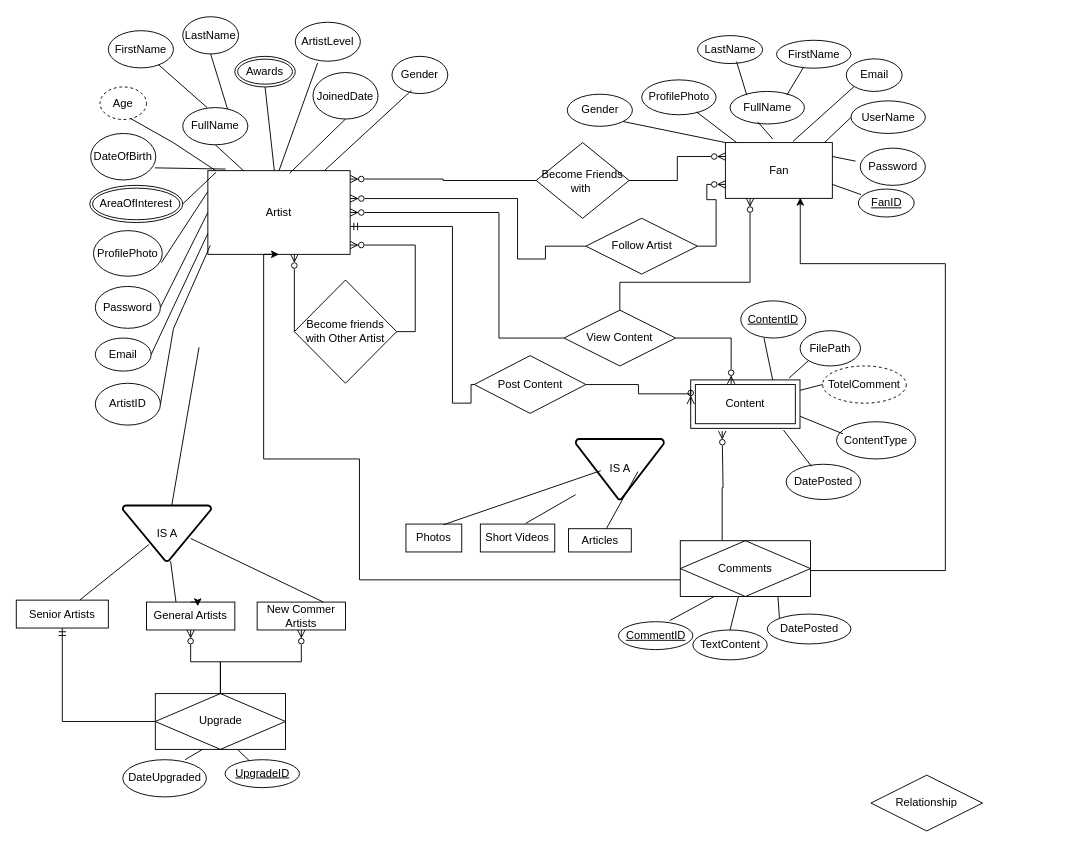
This is Untitled Diagram.drawio from deleshan/puthurep, a draw.io file, before an edit. Source tidied: cells renumbered, new cells numbered last; positions are measured from the earlier drawing's top-left corner, leaving out a move shared by most shapes. Both pictures are drawn from the tidied source at 93%, with x=0, y=0 at pixel (16, 16).
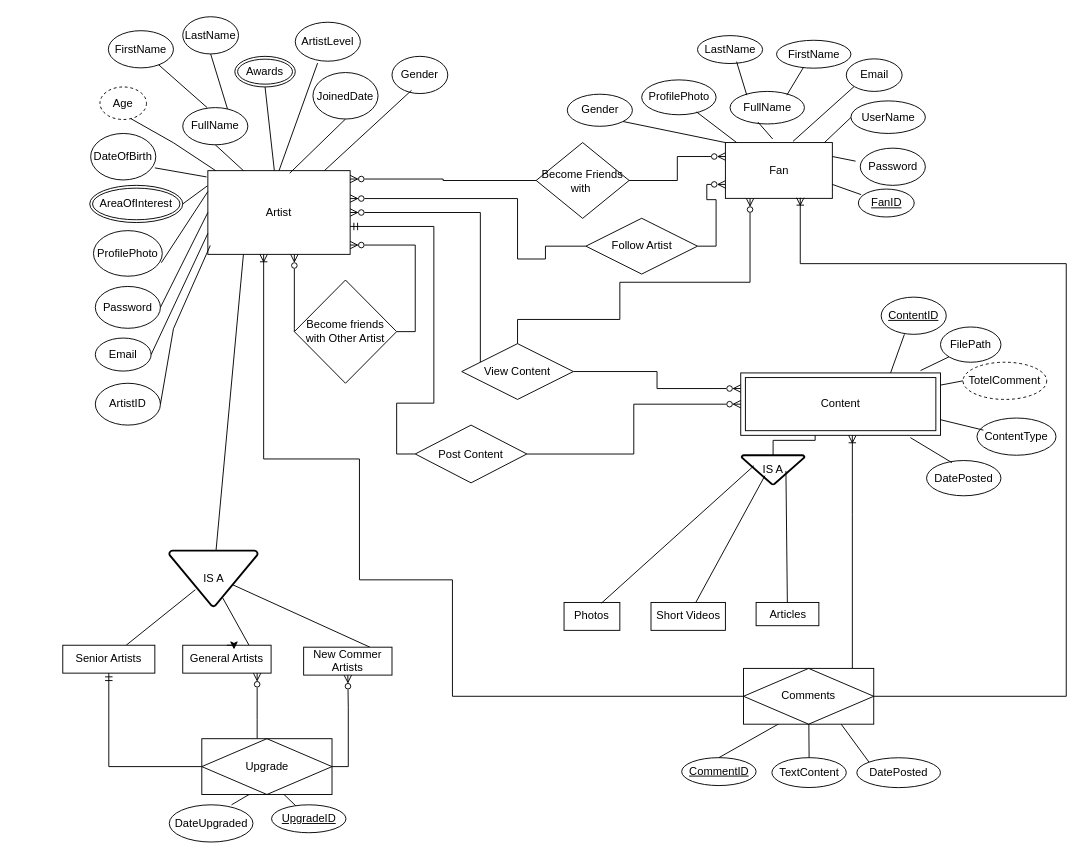
Above is the later version.

Unchanged cells that the change refers to:
```xml
<mxCell id="2" value="Artist" style="rounded=0;whiteSpace=wrap;html=1;" parent="1" vertex="1">
  <mxGeometry x="206" y="166" width="153" height="90" as="geometry" />
</mxCell>
<mxCell id="3" value="Fan" style="rounded=0;whiteSpace=wrap;html=1;" parent="1" vertex="1">
  <mxGeometry x="762.5" y="135.8" width="115" height="60" as="geometry" />
</mxCell>
<mxCell id="8" value="DateOfBirth" style="ellipse;whiteSpace=wrap;html=1;" parent="1" vertex="1">
  <mxGeometry x="80" y="126" width="70" height="50" as="geometry" />
</mxCell>
<mxCell id="31" value="AreaOfInterest" style="ellipse;shape=doubleEllipse;margin=3;whiteSpace=wrap;html=1;align=center;" parent="1" vertex="1">
  <mxGeometry x="79" y="181.8" width="100" height="40" as="geometry" />
</mxCell>
```

Diff of the diagram source:
```diff
@@
-    <mxCell id="13" style="endArrow=none;html=1;rounded=0;entryX=1;entryY=0.5;entryDx=0;entryDy=0;exitX=0.058;exitY=0.019;exitDx=0;exitDy=0;exitPerimeter=0;" parent="1" edge="1" source="2" target="31">
+    <mxCell id="13" style="endArrow=none;html=1;rounded=0;entryX=1;entryY=0.5;entryDx=0;entryDy=0;exitX=-0.003;exitY=0.181;exitDx=0;exitDy=0;exitPerimeter=0;" parent="1" edge="1" source="2" target="31">
       <mxGeometry relative="1" as="geometry" />
     </mxCell>
@@
-    <mxCell id="17" style="endArrow=none;html=1;rounded=0;exitX=0.125;exitY=-0.019;exitDx=0;exitDy=0;entryX=0.986;entryY=0.74;entryDx=0;entryDy=0;entryPerimeter=0;exitPerimeter=0;" parent="1" edge="1" source="2" target="8">
+    <mxCell id="17" style="endArrow=none;html=1;rounded=0;entryX=0.986;entryY=0.74;entryDx=0;entryDy=0;entryPerimeter=0;exitX=-0.009;exitY=0.075;exitDx=0;exitDy=0;exitPerimeter=0;" parent="1" edge="1" source="2" target="8">
       <mxGeometry relative="1" as="geometry" />
     </mxCell>
@@
     <mxCell id="50" value="Content" style="shape=ext;margin=3;double=1;whiteSpace=wrap;html=1;align=center;" parent="1" vertex="1">
-      <mxGeometry x="725.2" y="391" width="117.5" height="52.1" as="geometry" />
+      <mxGeometry x="779" y="383.5" width="214.8" height="67.1" as="geometry" />
     </mxCell>
     <mxCell id="51" value="ContentID" style="ellipse;whiteSpace=wrap;html=1;align=center;fontStyle=4;" parent="1" vertex="1">
-      <mxGeometry x="779" y="306" width="70" height="40" as="geometry" />
+      <mxGeometry x="930" y="302" width="70" height="40" as="geometry" />
     </mxCell>
     <mxCell id="52" value="TotelComment" style="ellipse;whiteSpace=wrap;html=1;align=center;dashed=1;" parent="1" vertex="1">
-      <mxGeometry x="867" y="376" width="90" height="40" as="geometry" />
+      <mxGeometry x="1018" y="372" width="90" height="40" as="geometry" />
     </mxCell>
     <mxCell id="53" value="DatePosted" style="ellipse;whiteSpace=wrap;html=1;align=center;" parent="1" vertex="1">
-      <mxGeometry x="827.8" y="481.7" width="80" height="37.9" as="geometry" />
+      <mxGeometry x="978.8" y="477.7" width="80" height="37.9" as="geometry" />
     </mxCell>
     <mxCell id="54" value="ContentType" style="ellipse;whiteSpace=wrap;html=1;align=center;" parent="1" vertex="1">
-      <mxGeometry x="882" y="436" width="85" height="40" as="geometry" />
+      <mxGeometry x="1033" y="432" width="85" height="40" as="geometry" />
     </mxCell>
     <mxCell id="55" value="FilePath" style="ellipse;whiteSpace=wrap;html=1;align=center;" parent="1" vertex="1">
-      <mxGeometry x="842.8" y="338.1" width="65" height="37.9" as="geometry" />
+      <mxGeometry x="993.8" y="334.1" width="65" height="37.9" as="geometry" />
     </mxCell>
@@
     <mxCell id="62" value="DatePosted" style="ellipse;whiteSpace=wrap;html=1;align=center;" parent="1" vertex="1">
-      <mxGeometry x="807.5" y="642.8" width="90" height="32.1" as="geometry" />
+      <mxGeometry x="903.8" y="797.3" width="90" height="32.1" as="geometry" />
     </mxCell>
     <mxCell id="63" value="TextContent" style="ellipse;whiteSpace=wrap;html=1;align=center;" parent="1" vertex="1">
-      <mxGeometry x="727.5" y="659.9" width="80" height="32.1" as="geometry" />
+      <mxGeometry x="812.5" y="797.2" width="80" height="32.1" as="geometry" />
     </mxCell>
     <mxCell id="64" value="CommentID" style="ellipse;whiteSpace=wrap;html=1;align=center;fontStyle=4;" parent="1" vertex="1">
-      <mxGeometry x="647.5" y="651" width="80" height="30" as="geometry" />
+      <mxGeometry x="715.5" y="797.2" width="80" height="30" as="geometry" />
     </mxCell>
-    <mxCell id="65" style="endArrow=none;html=1;rounded=0;exitX=0.875;exitY=0.202;exitDx=0;exitDy=0;exitPerimeter=0;entryX=0.393;entryY=0.833;entryDx=0;entryDy=0;entryPerimeter=0;" parent="1" edge="1" target="103">
-      <mxGeometry relative="1" as="geometry">
-        <mxPoint x="702.5" y="649.9" as="sourcePoint" />
-      </mxGeometry>
+    <mxCell id="65" style="endArrow=none;html=1;rounded=0;exitX=0.5;exitY=0;exitDx=0;exitDy=0;entryX=0.393;entryY=0.833;entryDx=0;entryDy=0;entryPerimeter=0;" parent="1" edge="1" source="64" target="103">
+      <mxGeometry relative="1" as="geometry" />
     </mxCell>
@@
     <mxCell id="68" value="UpgradeID" style="ellipse;whiteSpace=wrap;html=1;align=center;fontStyle=4;" parent="1" vertex="1">
-      <mxGeometry x="224.5" y="799.4" width="80" height="30" as="geometry" />
+      <mxGeometry x="274.5" y="847.9" width="80" height="30" as="geometry" />
     </mxCell>
     <mxCell id="69" value="DateUpgraded" style="ellipse;whiteSpace=wrap;html=1;align=center;" parent="1" vertex="1">
-      <mxGeometry x="114.5" y="799.4" width="90" height="40" as="geometry" />
+      <mxGeometry x="164.5" y="847.9" width="90" height="40" as="geometry" />
     </mxCell>
@@
     <mxCell id="72" style="edgeStyle=orthogonalEdgeStyle;rounded=0;jettySize=auto;html=1;exitX=0;exitY=0.5;exitDx=0;exitDy=0;endArrow=ERmandOne;endFill=0;" parent="1" edge="1" source="74" target="2">
       <mxGeometry relative="1" as="geometry">
         <Array as="points">
-          <mxPoint x="489" y="416" />
-          <mxPoint x="469" y="416" />
-          <mxPoint x="469" y="226" />
+          <mxPoint x="409" y="471" />
+          <mxPoint x="409" y="416" />
+          <mxPoint x="449" y="416" />
+          <mxPoint x="449" y="226" />
         </Array>
       </mxGeometry>
     </mxCell>
-    <mxCell id="73" style="edgeStyle=orthogonalEdgeStyle;rounded=0;jettySize=auto;html=1;entryX=0;entryY=0.5;entryDx=0;entryDy=0;endArrow=ERzeroToMany;endFill=0;" parent="1" edge="1" source="74" target="50">
-      <mxGeometry relative="1" as="geometry">
-        <Array as="points">
-          <mxPoint x="669" y="396" />
-          <mxPoint x="669" y="406" />
-          <mxPoint x="725" y="406" />
-        </Array>
-      </mxGeometry>
+    <mxCell id="73" style="edgeStyle=orthogonalEdgeStyle;rounded=0;jettySize=auto;html=1;endArrow=ERzeroToMany;endFill=0;" parent="1" edge="1" source="74" target="50">
+      <mxGeometry relative="1" as="geometry" />
     </mxCell>
     <mxCell id="74" value="Post Content" style="shape=rhombus;perimeter=rhombusPerimeter;whiteSpace=wrap;html=1;align=center;rotation=0;" parent="1" vertex="1">
-      <mxGeometry x="492.5" y="364.9" width="120" height="62.1" as="geometry" />
+      <mxGeometry x="429" y="439.6" width="120" height="62.1" as="geometry" />
     </mxCell>
-    <mxCell id="75" value="Relationship" style="shape=rhombus;perimeter=rhombusPerimeter;whiteSpace=wrap;html=1;align=center;" parent="1" vertex="1">
-      <mxGeometry x="919" y="816" width="120" height="60" as="geometry" />
-    </mxCell>
     <mxCell id="76" style="edgeStyle=orthogonalEdgeStyle;rounded=0;jettySize=auto;html=1;endArrow=ERzeroToMany;endFill=0;" parent="1" edge="1" source="77" target="2">
       <mxGeometry relative="1" as="geometry">
         <Array as="points">
-          <mxPoint x="519" y="346" />
-          <mxPoint x="519" y="211" />
+          <mxPoint x="499" y="211" />
         </Array>
       </mxGeometry>
     </mxCell>
     <mxCell id="77" value="View Content" style="shape=rhombus;perimeter=rhombusPerimeter;whiteSpace=wrap;html=1;align=center;" parent="1" vertex="1">
-      <mxGeometry x="589" y="316" width="120" height="60" as="geometry" />
+      <mxGeometry x="479" y="352" width="120" height="60" as="geometry" />
     </mxCell>
@@
-    <mxCell id="87" style="edgeStyle=orthogonalEdgeStyle;rounded=0;jettySize=auto;html=1;entryX=0.37;entryY=0.082;entryDx=0;entryDy=0;entryPerimeter=0;endArrow=ERzeroToMany;endFill=0;" parent="1" edge="1" source="77" target="50">
+    <mxCell id="87" style="edgeStyle=orthogonalEdgeStyle;rounded=0;jettySize=auto;html=1;endArrow=ERzeroToMany;endFill=0;entryX=0;entryY=0.25;entryDx=0;entryDy=0;" parent="1" edge="1" source="77" target="50">
       <mxGeometry relative="1" as="geometry" />
     </mxCell>
     <mxCell id="88" style="edgeStyle=orthogonalEdgeStyle;rounded=0;jettySize=auto;html=1;endArrow=ERzeroToMany;endFill=0;" parent="1" edge="1" source="77" target="3">
       <mxGeometry relative="1" as="geometry">
         <Array as="points">
+          <mxPoint x="539" y="326" />
+          <mxPoint x="649" y="326" />
           <mxPoint x="649" y="286" />
           <mxPoint x="789" y="286" />
         </Array>
       </mxGeometry>
     </mxCell>
-    <mxCell id="89" style="endArrow=none;html=1;rounded=0;" parent="1" edge="1" source="111">
-      <mxGeometry relative="1" as="geometry">
-        <mxPoint x="196.5" y="356" as="targetPoint" />
-      </mxGeometry>
+    <mxCell id="89" style="endArrow=none;html=1;rounded=0;entryX=0.25;entryY=1;entryDx=0;entryDy=0;" parent="1" edge="1" source="111" target="2">
+      <mxGeometry relative="1" as="geometry" />
     </mxCell>
-    <mxCell id="90" style="endArrow=none;html=1;rounded=0;exitX=0.337;exitY=0.067;exitDx=0;exitDy=0;exitPerimeter=0;" parent="1" edge="1" source="94" target="111">
+    <mxCell id="90" style="endArrow=none;html=1;rounded=0;exitX=0.75;exitY=0;exitDx=0;exitDy=0;entryX=0.597;entryY=0.826;entryDx=0;entryDy=0;entryPerimeter=0;" parent="1" edge="1" source="94" target="111">
       <mxGeometry relative="1" as="geometry" />
     </mxCell>
@@
-    <mxCell id="92" style="endArrow=none;html=1;rounded=0;entryX=0.75;entryY=0;entryDx=0;entryDy=0;exitX=0.768;exitY=0.59;exitDx=0;exitDy=0;exitPerimeter=0;" parent="1" edge="1" source="111" target="93">
+    <mxCell id="92" style="endArrow=none;html=1;rounded=0;entryX=0.75;entryY=0;entryDx=0;entryDy=0;exitX=0.686;exitY=0.59;exitDx=0;exitDy=0;exitPerimeter=0;" parent="1" edge="1" source="111" target="93">
       <mxGeometry relative="1" as="geometry" />
     </mxCell>
     <mxCell id="93" value="New Commer Artists" style="whiteSpace=wrap;html=1;align=center;" parent="1" vertex="1">
-      <mxGeometry x="259" y="629.9" width="95" height="30" as="geometry" />
+      <mxGeometry x="309" y="678.4" width="95" height="30" as="geometry" />
     </mxCell>
     <mxCell id="94" value="General Artists" style="whiteSpace=wrap;html=1;align=center;" parent="1" vertex="1">
-      <mxGeometry x="140" y="629.9" width="95" height="30" as="geometry" />
+      <mxGeometry x="179" y="676.3" width="95" height="30" as="geometry" />
     </mxCell>
@@
     <mxCell id="96" value="Senior Artists" style="whiteSpace=wrap;html=1;align=center;" parent="1" vertex="1">
-      <mxGeometry y="627.8" width="99" height="30" as="geometry" />
+      <mxGeometry x="50" y="676.3" width="99" height="30" as="geometry" />
     </mxCell>
@@
     <mxCell id="98" style="edgeStyle=orthogonalEdgeStyle;rounded=0;jettySize=auto;html=1;endArrow=ERzeroToMany;endFill=0;" parent="1" edge="1" source="100" target="94">
-      <mxGeometry relative="1" as="geometry" />
+      <mxGeometry relative="1" as="geometry">
+        <Array as="points">
+          <mxPoint x="259" y="756" />
+          <mxPoint x="259" y="756" />
+        </Array>
+      </mxGeometry>
     </mxCell>
     <mxCell id="99" style="edgeStyle=orthogonalEdgeStyle;rounded=0;jettySize=auto;html=1;endArrow=ERzeroToMany;endFill=0;entryX=0.5;entryY=1;entryDx=0;entryDy=0;" parent="1" edge="1" source="100" target="93">
-      <mxGeometry relative="1" as="geometry" />
+      <mxGeometry relative="1" as="geometry">
+        <Array as="points">
+          <mxPoint x="357" y="807" />
+          <mxPoint x="357" y="743" />
+        </Array>
+      </mxGeometry>
     </mxCell>
     <mxCell id="100" value="Upgrade" style="shape=associativeEntity;whiteSpace=wrap;html=1;align=center;" parent="1" vertex="1">
-      <mxGeometry x="149.5" y="728.3" width="140" height="60" as="geometry" />
+      <mxGeometry x="199.5" y="776.8" width="140" height="60" as="geometry" />
     </mxCell>
-    <mxCell id="101" style="edgeStyle=orthogonalEdgeStyle;rounded=0;jettySize=auto;html=1;endArrow=ERzeroToMany;endFill=0;" parent="1" edge="1" source="103">
-      <mxGeometry relative="1" as="geometry">
-        <mxPoint x="759" y="446" as="targetPoint" />
-        <Array as="points">
-          <mxPoint x="759" y="507" />
-          <mxPoint x="760" y="507" />
-        </Array>
-      </mxGeometry>
-    </mxCell>
-    <mxCell id="102" style="edgeStyle=orthogonalEdgeStyle;rounded=0;jettySize=auto;html=1;entryX=0.5;entryY=1;entryDx=0;entryDy=0;" parent="1" edge="1" source="103" target="2">
+    <mxCell id="102" style="edgeStyle=orthogonalEdgeStyle;rounded=0;jettySize=auto;html=1;endArrow=ERoneToMany;endFill=0;" parent="1" edge="1" source="103" target="2">
       <mxGeometry relative="1" as="geometry">
         <Array as="points">
+          <mxPoint x="469" y="731" />
+          <mxPoint x="469" y="606" />
           <mxPoint x="369" y="606" />
           <mxPoint x="369" y="476" />
           <mxPoint x="266" y="476" />
-          <mxPoint x="266" y="256" />
         </Array>
       </mxGeometry>
     </mxCell>
+    <mxCell id="113" style="edgeStyle=orthogonalEdgeStyle;rounded=0;jettySize=auto;html=1;endArrow=ERoneToMany;endFill=0;" parent="1" edge="1" source="103" target="50">
+      <mxGeometry relative="1" as="geometry">
+        <Array as="points">
+          <mxPoint x="899" y="536" />
+          <mxPoint x="899" y="536" />
+        </Array>
+      </mxGeometry>
+    </mxCell>
     <mxCell id="103" value="Comments" style="shape=associativeEntity;whiteSpace=wrap;html=1;align=center;" parent="1" vertex="1">
-      <mxGeometry x="714" y="563.9" width="140" height="60" as="geometry" />
+      <mxGeometry x="782" y="701.2" width="140" height="60" as="geometry" />
     </mxCell>
+    <mxCell id="114" style="edgeStyle=orthogonalEdgeStyle;rounded=0;jettySize=auto;html=1;endArrow=none;endFill=0;" parent="1" edge="1" source="104" target="50">
+      <mxGeometry relative="1" as="geometry">
+        <Array as="points">
+          <mxPoint x="814" y="456" />
+          <mxPoint x="859" y="456" />
+        </Array>
+      </mxGeometry>
+    </mxCell>
     <mxCell id="104" value="IS A" style="strokeWidth=2;html=1;shape=mxgraph.flowchart.merge_or_storage;whiteSpace=wrap;" parent="1" vertex="1">
-      <mxGeometry x="601.5" y="454.6" width="95" height="65" as="geometry" />
+      <mxGeometry x="780" y="472" width="67.5" height="31.4" as="geometry" />
     </mxCell>
     <mxCell id="105" value="Articles" style="whiteSpace=wrap;html=1;align=center;" parent="1" vertex="1">
-      <mxGeometry x="593.8" y="551" width="67.5" height="25" as="geometry" />
+      <mxGeometry x="795.5" y="630.3" width="67.5" height="25" as="geometry" />
     </mxCell>
     <mxCell id="106" value="Short Videos" style="whiteSpace=wrap;html=1;align=center;" parent="1" vertex="1">
-      <mxGeometry x="499" y="546" width="80" height="30" as="geometry" />
+      <mxGeometry x="682.5" y="630.3" width="80" height="30" as="geometry" />
     </mxCell>
     <mxCell id="107" value="Photos" style="whiteSpace=wrap;html=1;align=center;" parent="1" vertex="1">
-      <mxGeometry x="419" y="546" width="60" height="30" as="geometry" />
+      <mxGeometry x="589" y="630.3" width="60" height="30" as="geometry" />
     </mxCell>
-    <mxCell id="108" style="endArrow=none;html=1;rounded=0;exitX=0.67;exitY=0.025;exitDx=0;exitDy=0;exitPerimeter=0;entryX=0.284;entryY=0.523;entryDx=0;entryDy=0;entryPerimeter=0;" parent="1" edge="1" source="107" target="104">
+    <mxCell id="108" style="endArrow=none;html=1;rounded=0;exitX=0.67;exitY=0.025;exitDx=0;exitDy=0;exitPerimeter=0;entryX=0.195;entryY=0.36;entryDx=0;entryDy=0;entryPerimeter=0;" parent="1" edge="1" source="107" target="104">
       <mxGeometry relative="1" as="geometry" />
     </mxCell>
-    <mxCell id="109" style="endArrow=none;html=1;rounded=0;exitX=0.61;exitY=-0.025;exitDx=0;exitDy=0;exitPerimeter=0;" parent="1" edge="1" source="106" target="104">
+    <mxCell id="109" style="endArrow=none;html=1;rounded=0;entryX=0.37;entryY=0.7;entryDx=0;entryDy=0;entryPerimeter=0;" parent="1" edge="1" source="106" target="104">
       <mxGeometry relative="1" as="geometry" />
     </mxCell>
@@
     <mxCell id="111" value="IS A" style="strokeWidth=2;html=1;shape=mxgraph.flowchart.merge_or_storage;whiteSpace=wrap;" parent="1" vertex="1">
-      <mxGeometry x="114.5" y="526" width="95" height="60" as="geometry" />
+      <mxGeometry x="164.5" y="574.5" width="95" height="60" as="geometry" />
     </mxCell>
-    <mxCell id="112" style="edgeStyle=orthogonalEdgeStyle;rounded=0;jettySize=auto;html=1;entryX=0.7;entryY=0.988;entryDx=0;entryDy=0;entryPerimeter=0;" parent="1" edge="1" source="103" target="3">
+    <mxCell id="112" style="edgeStyle=orthogonalEdgeStyle;rounded=0;jettySize=auto;html=1;entryX=0.7;entryY=0.988;entryDx=0;entryDy=0;entryPerimeter=0;endArrow=ERoneToMany;endFill=0;" parent="1" edge="1" source="103" target="3">
       <mxGeometry relative="1" as="geometry">
         <Array as="points">
-          <mxPoint x="999" y="596" />
-          <mxPoint x="999" y="266" />
+          <mxPoint x="1129" y="731" />
+          <mxPoint x="1129" y="266" />
           <mxPoint x="843" y="266" />
         </Array>
       </mxGeometry>
     </mxCell>
```
